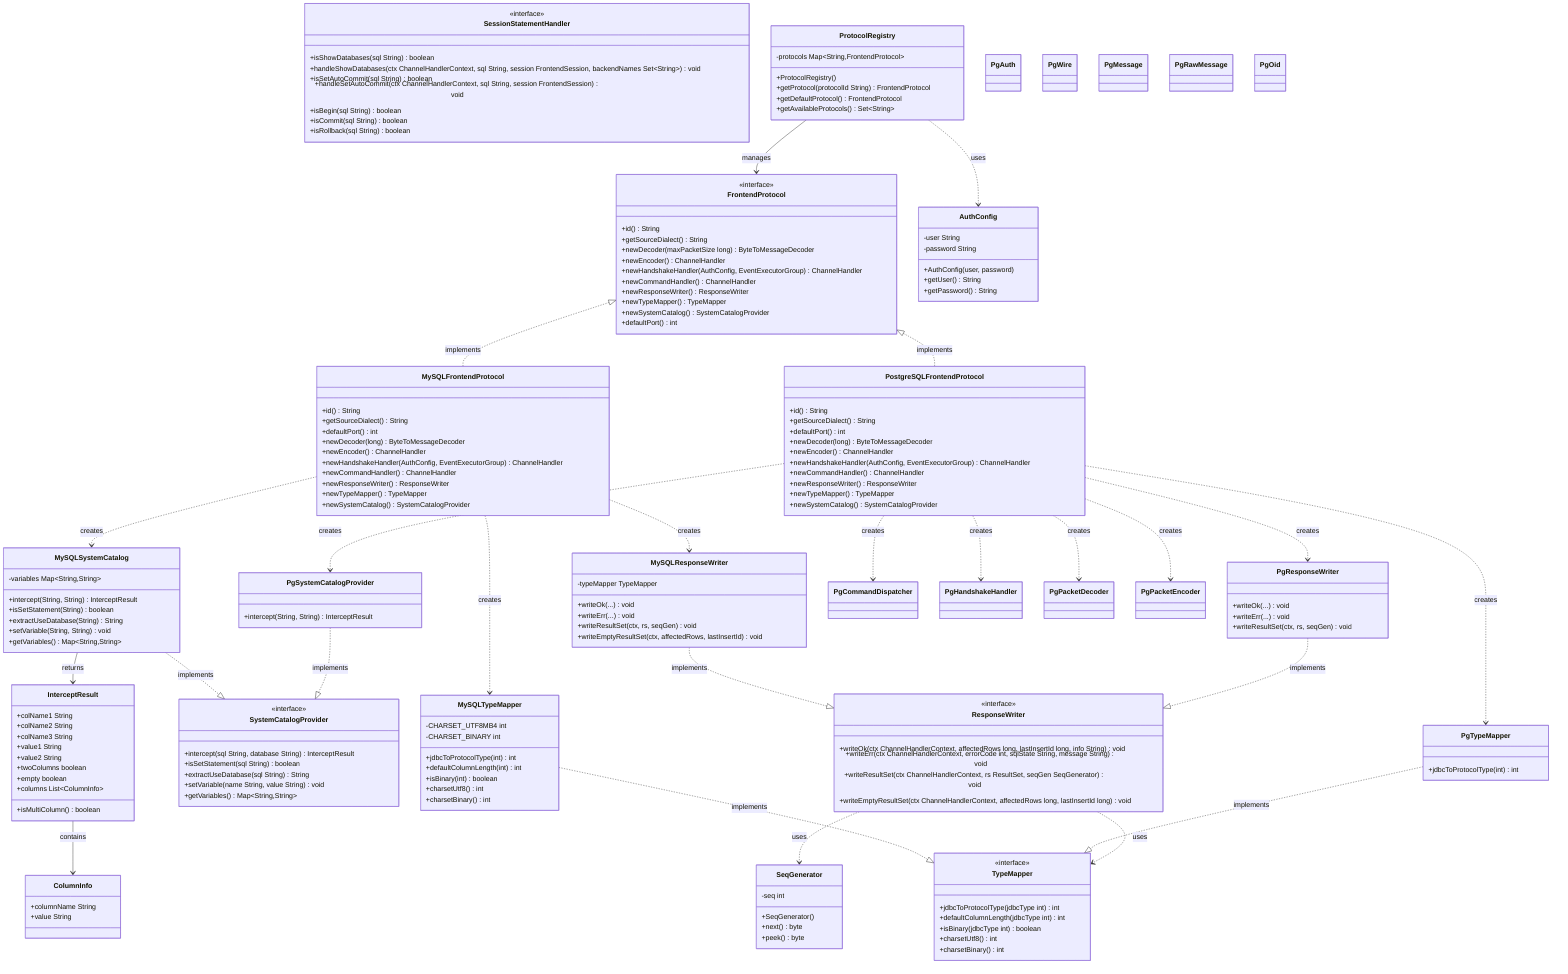
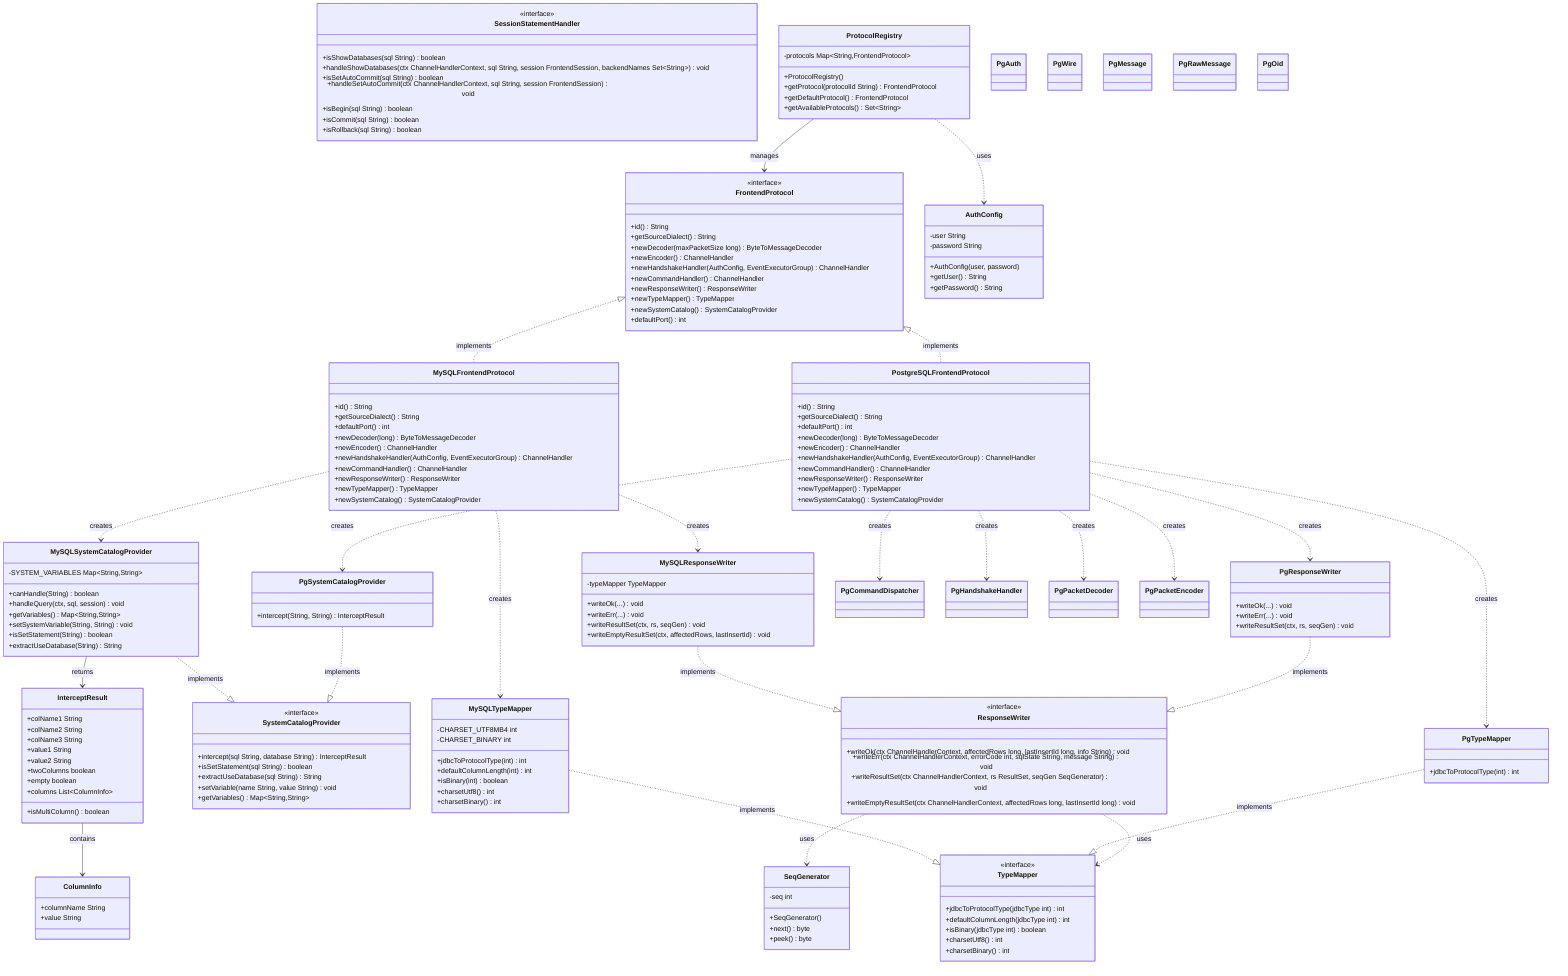
classDiagram
    %% ===== SPI 核心接口 =====
    class FrontendProtocol {
        <<interface>>
        +id() String
        +getSourceDialect() String
        +newDecoder(maxPacketSize long) ByteToMessageDecoder
        +newEncoder() ChannelHandler
        +newHandshakeHandler(AuthConfig, EventExecutorGroup) ChannelHandler
        +newCommandHandler() ChannelHandler
        +newResponseWriter() ResponseWriter
        +newTypeMapper() TypeMapper
        +newSystemCatalog() SystemCatalogProvider
        +defaultPort() int
    }

    class AuthConfig {
        -user String
        -password String
        +AuthConfig(user, password)
        +getUser() String
        +getPassword() String
    }

    class ResponseWriter {
        <<interface>>
        +writeOk(ctx ChannelHandlerContext, affectedRows long, lastInsertId long, info String) void
        +writeErr(ctx ChannelHandlerContext, errorCode int, sqlState String, message String) void
        +writeResultSet(ctx ChannelHandlerContext, rs ResultSet, seqGen SeqGenerator) void
        +writeEmptyResultSet(ctx ChannelHandlerContext, affectedRows long, lastInsertId long) void
    }

    class TypeMapper {
        <<interface>>
        +jdbcToProtocolType(jdbcType int) int
        +defaultColumnLength(jdbcType int) int
        +isBinary(jdbcType int) boolean
        +charsetUtf8() int
        +charsetBinary() int
    }

    class SystemCatalogProvider {
        <<interface>>
        +intercept(sql String, database String) InterceptResult
        +isSetStatement(sql String) boolean
        +extractUseDatabase(sql String) String
        +setVariable(name String, value String) void
        +getVariables() Map~String,String~
    }

    class SessionStatementHandler {
        <<interface>>
        +isShowDatabases(sql String) boolean
        +handleShowDatabases(ctx ChannelHandlerContext, sql String, session FrontendSession, backendNames Set~String~) void
        +isSetAutoCommit(sql String) boolean
        +handleSetAutoCommit(ctx ChannelHandlerContext, sql String, session FrontendSession) void
        +isBegin(sql String) boolean
        +isCommit(sql String) boolean
        +isRollback(sql String) boolean
    }

    class ProtocolRegistry {
        -protocols Map~String,FrontendProtocol~
        +ProtocolRegistry()
        +getProtocol(protocolId String) FrontendProtocol
        +getDefaultProtocol() FrontendProtocol
        +getAvailableProtocols() Set~String~
    }

    class SeqGenerator {
        -seq int
        +SeqGenerator()
        +next() byte
        +peek() byte
    }

    class InterceptResult {
        +colName1 String
        +colName2 String
        +colName3 String
        +value1 String
        +value2 String
        +twoColumns boolean
        +empty boolean
        +columns List~ColumnInfo~
        +isMultiColumn() boolean
    }

    class ColumnInfo {
        +columnName String
        +value String
    }

    %% ===== MySQL SPI 实现 =====
    class MySQLFrontendProtocol {
        +id() String
        +getSourceDialect() String
        +defaultPort() int
        +newDecoder(long) ByteToMessageDecoder
        +newEncoder() ChannelHandler
        +newHandshakeHandler(AuthConfig, EventExecutorGroup) ChannelHandler
        +newCommandHandler() ChannelHandler
        +newResponseWriter() ResponseWriter
        +newTypeMapper() TypeMapper
        +newSystemCatalog() SystemCatalogProvider
    }

    class MySQLResponseWriter {
        -typeMapper TypeMapper
        +writeOk(...) void
        +writeErr(...) void
        +writeResultSet(ctx, rs, seqGen) void
        +writeEmptyResultSet(ctx, affectedRows, lastInsertId) void
    }

    class MySQLTypeMapper {
        -CHARSET_UTF8MB4 int
        -CHARSET_BINARY int
        +jdbcToProtocolType(int) int
        +defaultColumnLength(int) int
        +isBinary(int) boolean
        +charsetUtf8() int
        +charsetBinary() int
    }

-     class MySQLSystemCatalog {
-         -variables Map~String,String~
-         +intercept(String, String) InterceptResult
+     class MySQLSystemCatalogProvider {
+         -SYSTEM_VARIABLES Map~String,String~
+         +canHandle(String) boolean
+         +handleQuery(ctx, sql, session) void
+         +getVariables() Map~String,String~
+         +setSystemVariable(String, String) void
        +isSetStatement(String) boolean
        +extractUseDatabase(String) String
-         +setVariable(String, String) void
-         +getVariables() Map~String,String~
    }

    %% ===== PG SPI 实现 =====
    class PostgreSQLFrontendProtocol {
        +id() String
        +getSourceDialect() String
        +defaultPort() int
        +newDecoder(long) ByteToMessageDecoder
        +newEncoder() ChannelHandler
        +newHandshakeHandler(AuthConfig, EventExecutorGroup) ChannelHandler
        +newCommandHandler() ChannelHandler
        +newResponseWriter() ResponseWriter
        +newTypeMapper() TypeMapper
        +newSystemCatalog() SystemCatalogProvider
    }

    class PgResponseWriter {
        +writeOk(...) void
        +writeErr(...) void
        +writeResultSet(ctx, rs, seqGen) void
    }

    class PgTypeMapper {
        +jdbcToProtocolType(int) int
    }

    class PgSystemCatalogProvider {
        +intercept(String, String) InterceptResult
    }

    class PgCommandDispatcher
    class PgHandshakeHandler
    class PgPacketDecoder
    class PgPacketEncoder
    class PgAuth
    class PgWire
    class PgMessage
    class PgRawMessage
    class PgOid

    %% ===== 关系 =====
    FrontendProtocol <|.. MySQLFrontendProtocol : implements
    FrontendProtocol <|.. PostgreSQLFrontendProtocol : implements

    MySQLFrontendProtocol ..> MySQLResponseWriter : creates
    MySQLFrontendProtocol ..> MySQLTypeMapper : creates
-     MySQLFrontendProtocol ..> MySQLSystemCatalog : creates
+     MySQLFrontendProtocol ..> MySQLSystemCatalogProvider : creates

    PostgreSQLFrontendProtocol ..> PgResponseWriter : creates
    PostgreSQLFrontendProtocol ..> PgTypeMapper : creates
    PostgreSQLFrontendProtocol ..> PgSystemCatalogProvider : creates
    PostgreSQLFrontendProtocol ..> PgCommandDispatcher : creates
    PostgreSQLFrontendProtocol ..> PgHandshakeHandler : creates
    PostgreSQLFrontendProtocol ..> PgPacketDecoder : creates
    PostgreSQLFrontendProtocol ..> PgPacketEncoder : creates

    ProtocolRegistry --> FrontendProtocol : manages
    ProtocolRegistry ..> AuthConfig : uses

    MySQLResponseWriter ..|> ResponseWriter : implements
    PgResponseWriter ..|> ResponseWriter : implements

    MySQLTypeMapper ..|> TypeMapper : implements
    PgTypeMapper ..|> TypeMapper : implements

-     MySQLSystemCatalog ..|> SystemCatalogProvider : implements
+     MySQLSystemCatalogProvider ..|> SystemCatalogProvider : implements
    PgSystemCatalogProvider ..|> SystemCatalogProvider : implements

    ResponseWriter ..> TypeMapper : uses
    ResponseWriter ..> SeqGenerator : uses
-     MySQLSystemCatalog --> InterceptResult : returns
+     MySQLSystemCatalogProvider --> InterceptResult : returns
    InterceptResult --> ColumnInfo : contains
